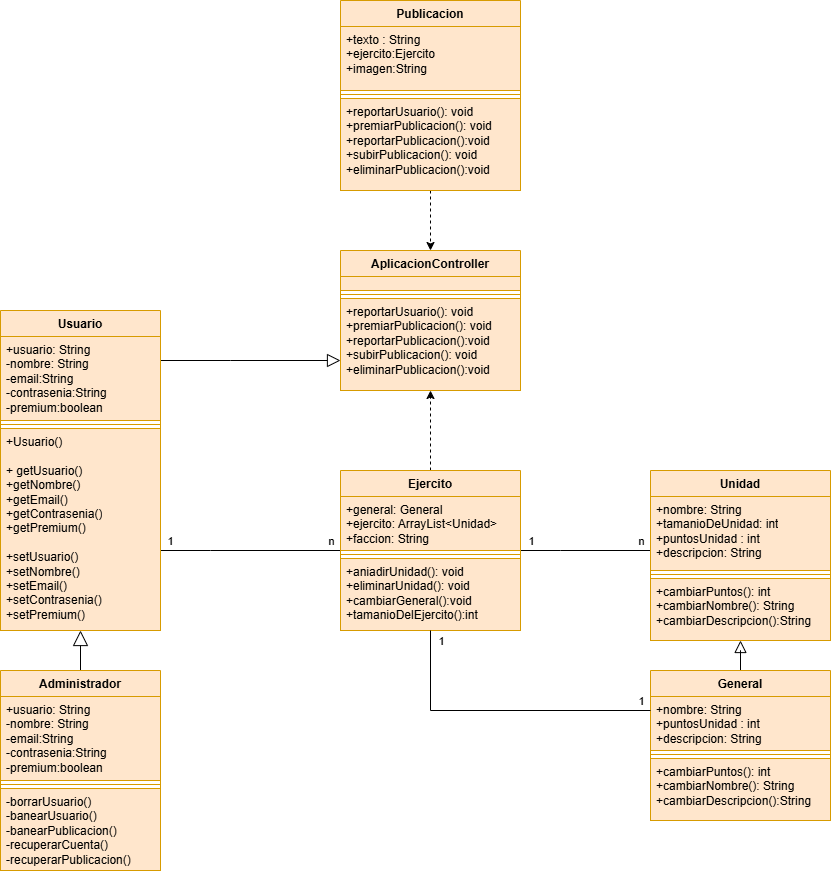
alejandrosalazargonzalez/army-maker-warhammer keeps this draw.io diagram as images/diagrama-de-clases.drawio.png. Above is the earlier version. Source tidied: cells renumbered, new cells last; positions are measured from the earlier drawing's top-left corner, leaving out a move shared by most shapes.
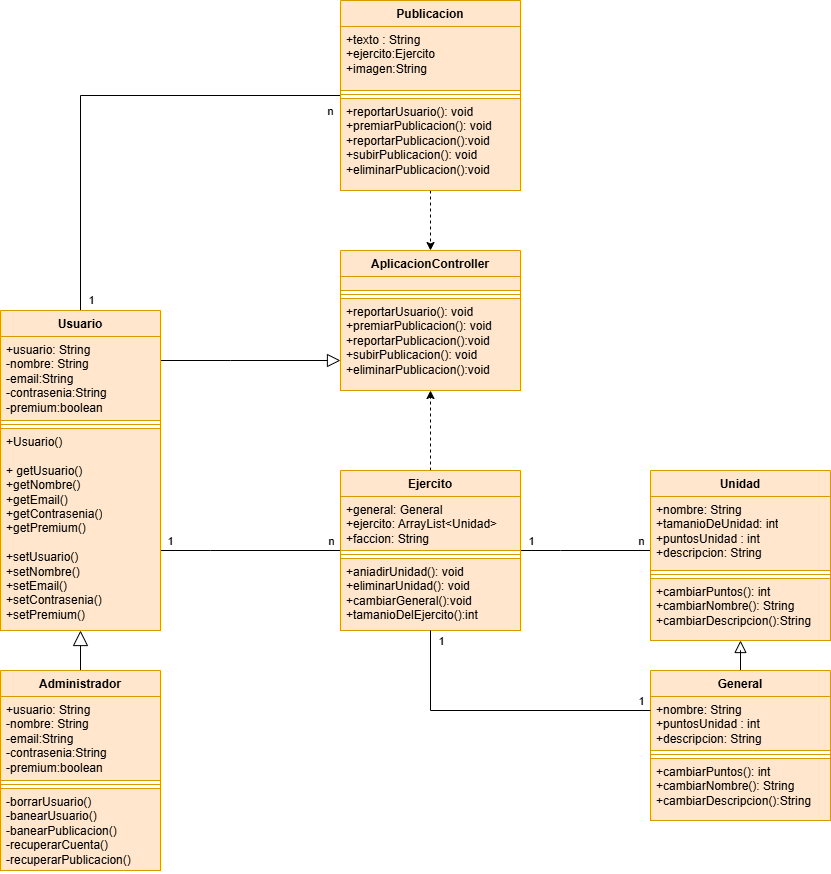
Later version of the same file.

Commit message:
issue #7 completado

What changed in the source:
```diff
@@ -28,6 +28,23 @@
         <mxPoint x="82" y="-9" as="offset" />
       </mxGeometry>
     </mxCell>
+    <mxCell id="44" style="edgeStyle=orthogonalEdgeStyle;rounded=0;jettySize=auto;html=1;endArrow=none;endFill=0;" parent="1" edge="1" source="6" target="37">
+      <mxGeometry relative="1" as="geometry">
+        <Array as="points">
+          <mxPoint x="80" y="95" />
+        </Array>
+      </mxGeometry>
+    </mxCell>
+    <mxCell id="45" value="1" style="edgeLabel;html=1;align=center;verticalAlign=middle;" parent="44" vertex="1">
+      <mxGeometry x="-0.34" y="1" relative="1" as="geometry">
+        <mxPoint x="11" y="146" as="offset" />
+      </mxGeometry>
+    </mxCell>
+    <mxCell id="46" value="n" style="edgeLabel;html=1;align=center;verticalAlign=middle;" parent="44" vertex="1">
+      <mxGeometry x="0.66" y="-1" relative="1" as="geometry">
+        <mxPoint x="71" y="14" as="offset" />
+      </mxGeometry>
+    </mxCell>
     <mxCell id="6" value="Usuario" style="swimlane;fontStyle=1;align=center;verticalAlign=top;horizontal=1;startSize=26;whiteSpace=wrap;html=1;fillColor=#ffe6cc;strokeColor=#d79b00;" parent="1" vertex="1">
       <mxGeometry y="310" width="160" height="320" as="geometry" />
     </mxCell>
```
